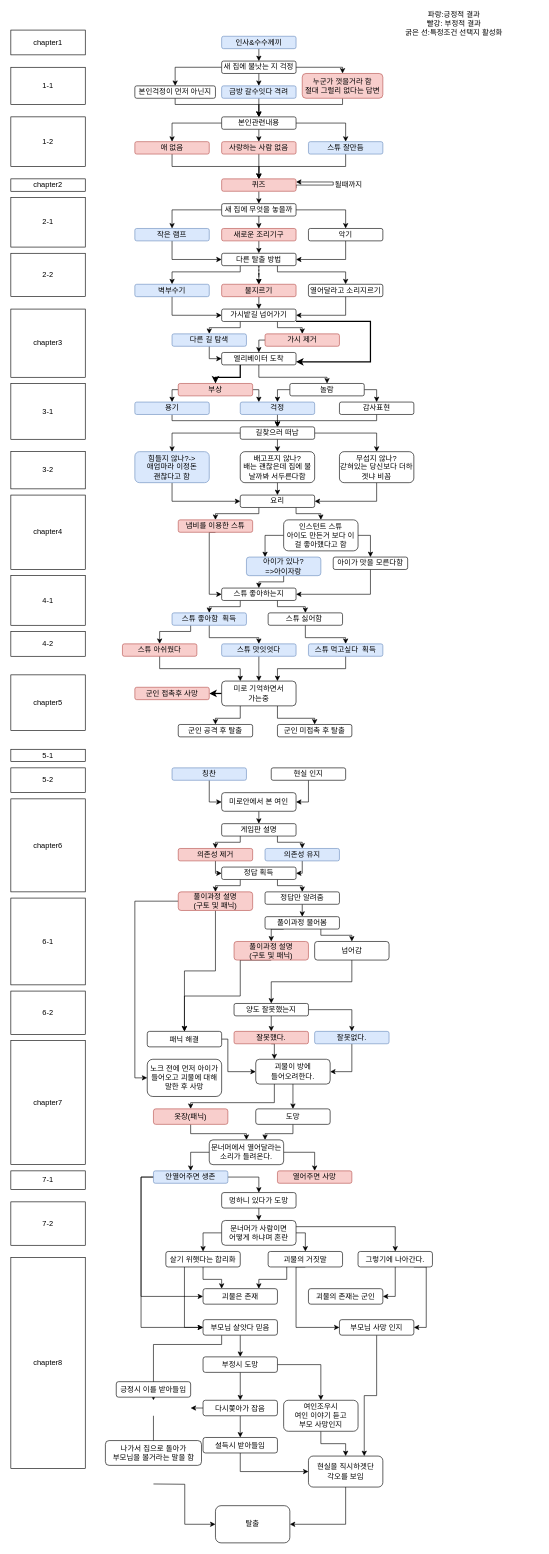
The draw.io diagram woman.drawio in KimSeal/gamemaker, before the edit. Source tidied: cells renumbered, new cells numbered last; positions are measured from the earlier drawing's top-left corner, leaving out a move shared by most shapes. Both pictures are drawn from the tidied source at 62%, with x=0, y=0 at pixel (11, 17).
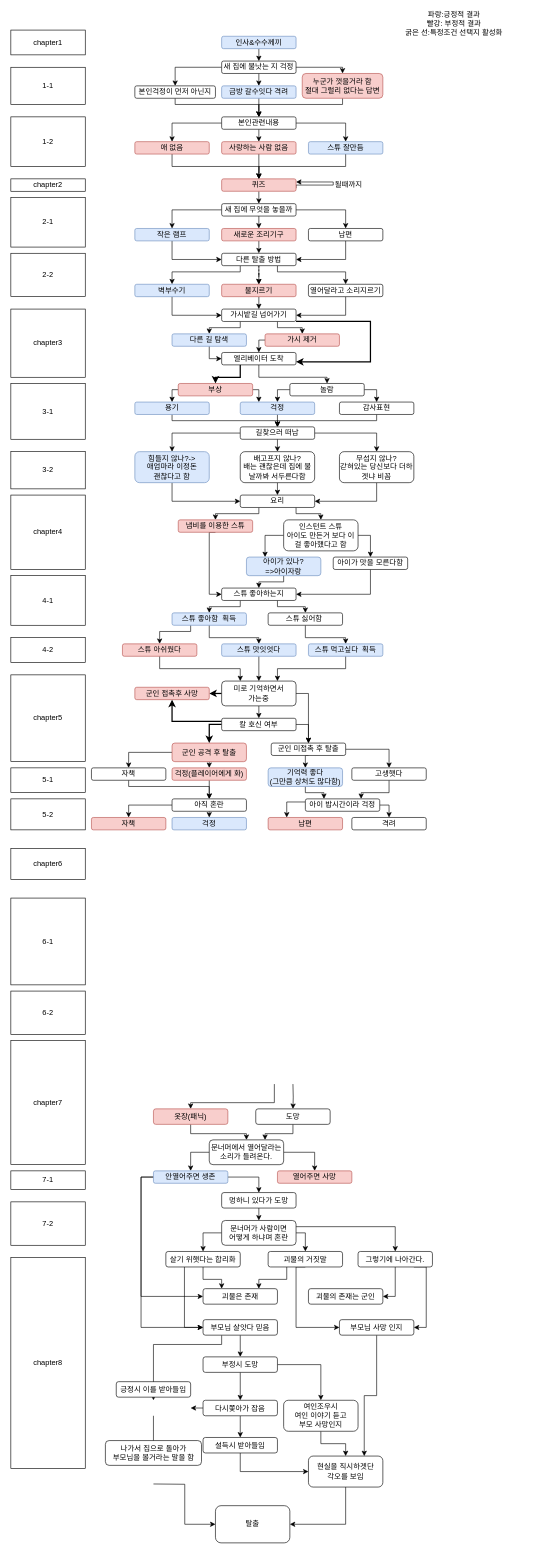
After the change.

The change refers to these unchanged cells:
```xml
<mxCell id="74" value="미로 기억하면서 &lt;br&gt;가는중" style="rounded=1;whiteSpace=wrap;html=1;" parent="1" vertex="1">
  <mxGeometry x="340" y="1070" width="120" height="40" as="geometry" />
</mxCell>
<mxCell id="127" value="옷장(패닉)" style="rounded=1;whiteSpace=wrap;html=1;fillColor=#f8cecc;strokeColor=#b85450;" parent="1" vertex="1">
  <mxGeometry x="230" y="1760" width="120" height="25" as="geometry" />
</mxCell>
<mxCell id="129" value="도망" style="rounded=1;whiteSpace=wrap;html=1;" parent="1" vertex="1">
  <mxGeometry x="395" y="1760" width="120" height="25" as="geometry" />
</mxCell>
<mxCell id="229" value="군인 접촉후 사망" style="rounded=1;whiteSpace=wrap;html=1;fillColor=#f8cecc;strokeColor=#b85450;" parent="1" vertex="1">
  <mxGeometry x="200" y="1080" width="120" height="20" as="geometry" />
</mxCell>
```

Diff of the diagram source:
```diff
@@
-    <mxCell id="32" value="악기" style="rounded=1;whiteSpace=wrap;html=1;" parent="1" vertex="1">
+    <mxCell id="32" value="남편" style="rounded=1;whiteSpace=wrap;html=1;" parent="1" vertex="1">
       <mxGeometry x="480" y="340" width="120" height="20" as="geometry" />
     </mxCell>
@@
+    <mxCell id="231" style="edgeStyle=orthogonalEdgeStyle;rounded=0;jettySize=auto;html=1;exitX=0.5;exitY=1;exitDx=0;exitDy=0;entryX=0.5;entryY=0;entryDx=0;entryDy=0;strokeColor=#000000;strokeWidth=1;" parent="1" edge="1" source="74" target="239">
+      <mxGeometry relative="1" as="geometry" />
+    </mxCell>
-    <mxCell id="72" style="edgeStyle=orthogonalEdgeStyle;rounded=0;jettySize=auto;html=1;exitX=0.75;exitY=1;exitDx=0;exitDy=0;entryX=0.5;entryY=0;entryDx=0;entryDy=0;strokeColor=#000000;strokeWidth=1;" parent="1" edge="1" source="74" target="230">
-      <mxGeometry relative="1" as="geometry">
-        <Array as="points">
-          <mxPoint x="430" y="1130" />
-          <mxPoint x="490" y="1130" />
-        </Array>
-      </mxGeometry>
+    <mxCell id="72" style="edgeStyle=orthogonalEdgeStyle;rounded=0;jettySize=auto;html=1;exitX=1;exitY=0.5;exitDx=0;exitDy=0;entryX=0.5;entryY=0;entryDx=0;entryDy=0;strokeColor=#000000;strokeWidth=1;" parent="1" edge="1" source="74" target="230">
+      <mxGeometry relative="1" as="geometry" />
     </mxCell>
-    <mxCell id="73" style="edgeStyle=orthogonalEdgeStyle;rounded=0;jettySize=auto;html=1;exitX=0.25;exitY=1;exitDx=0;exitDy=0;entryX=0.5;entryY=0;entryDx=0;entryDy=0;strokeColor=#000000;strokeWidth=1;" parent="1" edge="1" source="74" target="79">
-      <mxGeometry relative="1" as="geometry" />
-    </mxCell>
@@
     <mxCell id="75" value="chapter5" style="rounded=0;whiteSpace=wrap;html=1;" parent="1" vertex="1">
-      <mxGeometry y="1060" width="120" height="90" as="geometry" />
+      <mxGeometry y="1060" width="120" height="140" as="geometry" />
     </mxCell>
@@
+    <mxCell id="232" style="edgeStyle=orthogonalEdgeStyle;rounded=0;jettySize=auto;html=1;exitX=0.5;exitY=1;exitDx=0;exitDy=0;entryX=0.5;entryY=0;entryDx=0;entryDy=0;strokeColor=#000000;strokeWidth=1;" parent="1" edge="1" source="79" target="245">
+      <mxGeometry relative="1" as="geometry" />
+    </mxCell>
+    <mxCell id="233" style="edgeStyle=orthogonalEdgeStyle;rounded=0;jettySize=auto;html=1;exitX=0;exitY=0.5;exitDx=0;exitDy=0;entryX=0.5;entryY=0;entryDx=0;entryDy=0;strokeColor=#000000;strokeWidth=1;" parent="1" edge="1" source="79" target="247">
+      <mxGeometry relative="1" as="geometry" />
+    </mxCell>
-    <mxCell id="79" value="군인 공격 후 탈출" style="rounded=1;whiteSpace=wrap;html=1;" parent="1" vertex="1">
-      <mxGeometry x="270" y="1140" width="120" height="20" as="geometry" />
+    <mxCell id="79" value="군인 공격 후 탈출" style="rounded=1;whiteSpace=wrap;html=1;fillColor=#f8cecc;strokeColor=#b85450;" parent="1" vertex="1">
+      <mxGeometry x="260" y="1170" width="120" height="30" as="geometry" />
     </mxCell>
-    <mxCell id="80" style="edgeStyle=orthogonalEdgeStyle;rounded=0;jettySize=auto;html=1;exitX=0.5;exitY=1;exitDx=0;exitDy=0;entryX=0;entryY=0.5;entryDx=0;entryDy=0;strokeWidth=1;" parent="1" edge="1" source="81" target="87">
-      <mxGeometry relative="1" as="geometry" />
-    </mxCell>
-    <mxCell id="81" value="칭찬" style="rounded=1;whiteSpace=wrap;html=1;fillColor=#dae8fc;strokeColor=#6c8ebf;" parent="1" vertex="1">
-      <mxGeometry x="260" y="1210" width="120" height="20" as="geometry" />
-    </mxCell>
-    <mxCell id="82" style="edgeStyle=orthogonalEdgeStyle;rounded=0;jettySize=auto;html=1;exitX=0.5;exitY=1;exitDx=0;exitDy=0;entryX=1;entryY=0.5;entryDx=0;entryDy=0;strokeWidth=1;" parent="1" edge="1" source="83" target="87">
-      <mxGeometry relative="1" as="geometry" />
-    </mxCell>
-    <mxCell id="83" value="현실 인지" style="rounded=1;whiteSpace=wrap;html=1;" parent="1" vertex="1">
-      <mxGeometry x="420" y="1210" width="120" height="20" as="geometry" />
-    </mxCell>
-    <mxCell id="84" value="5-1" style="rounded=0;whiteSpace=wrap;html=1;" parent="1" vertex="1">
-      <mxGeometry y="1180" width="120" height="20" as="geometry" />
-    </mxCell>
-    <mxCell id="85" value="5-2" style="rounded=0;whiteSpace=wrap;html=1;" parent="1" vertex="1">
+    <mxCell id="85" value="5-1" style="rounded=0;whiteSpace=wrap;html=1;" parent="1" vertex="1">
       <mxGeometry y="1210" width="120" height="40" as="geometry" />
     </mxCell>
-    <mxCell id="86" style="edgeStyle=orthogonalEdgeStyle;rounded=0;jettySize=auto;html=1;exitX=0.5;exitY=1;exitDx=0;exitDy=0;entryX=0.5;entryY=0;entryDx=0;entryDy=0;strokeWidth=1;" parent="1" edge="1" source="87" target="90">
-      <mxGeometry relative="1" as="geometry" />
-    </mxCell>
-    <mxCell id="87" value="미로안에서 본 여인" style="rounded=1;whiteSpace=wrap;html=1;" parent="1" vertex="1">
-      <mxGeometry x="340" y="1250" width="120" height="30" as="geometry" />
-    </mxCell>
-    <mxCell id="88" style="edgeStyle=orthogonalEdgeStyle;rounded=0;jettySize=auto;html=1;exitX=0.25;exitY=1;exitDx=0;exitDy=0;entryX=0.5;entryY=0;entryDx=0;entryDy=0;strokeWidth=1;" parent="1" edge="1" source="90" target="92">
-      <mxGeometry relative="1" as="geometry">
-        <Array as="points">
-          <mxPoint x="370" y="1330" />
-          <mxPoint x="330" y="1330" />
-        </Array>
-      </mxGeometry>
-    </mxCell>
-    <mxCell id="89" style="edgeStyle=orthogonalEdgeStyle;rounded=0;jettySize=auto;html=1;exitX=0.75;exitY=1;exitDx=0;exitDy=0;entryX=0.5;entryY=0;entryDx=0;entryDy=0;strokeWidth=1;" parent="1" edge="1" source="90" target="94">
-      <mxGeometry relative="1" as="geometry">
-        <Array as="points">
-          <mxPoint x="430" y="1330" />
-          <mxPoint x="470" y="1330" />
-        </Array>
-      </mxGeometry>
-    </mxCell>
-    <mxCell id="90" value="게임판 설명" style="rounded=1;whiteSpace=wrap;html=1;" parent="1" vertex="1">
-      <mxGeometry x="340" y="1300" width="120" height="20" as="geometry" />
-    </mxCell>
-    <mxCell id="91" style="edgeStyle=orthogonalEdgeStyle;rounded=0;jettySize=auto;html=1;exitX=0.5;exitY=1;exitDx=0;exitDy=0;entryX=0;entryY=0.5;entryDx=0;entryDy=0;strokeWidth=1;" parent="1" edge="1" source="92" target="97">
-      <mxGeometry relative="1" as="geometry">
-        <Array as="points">
-          <mxPoint x="330" y="1380" />
-        </Array>
-      </mxGeometry>
-    </mxCell>
-    <mxCell id="92" value="의존성 제거" style="rounded=1;whiteSpace=wrap;html=1;fillColor=#f8cecc;strokeColor=#b85450;" parent="1" vertex="1">
-      <mxGeometry x="270" y="1340" width="120" height="20" as="geometry" />
-    </mxCell>
-    <mxCell id="93" style="edgeStyle=orthogonalEdgeStyle;rounded=0;jettySize=auto;html=1;exitX=0.5;exitY=1;exitDx=0;exitDy=0;entryX=1;entryY=0.5;entryDx=0;entryDy=0;strokeWidth=1;" parent="1" edge="1" source="94" target="97">
-      <mxGeometry relative="1" as="geometry">
-        <Array as="points">
-          <mxPoint x="470" y="1380" />
-        </Array>
-      </mxGeometry>
-    </mxCell>
-    <mxCell id="94" value="의존성 유지" style="rounded=1;whiteSpace=wrap;html=1;fillColor=#dae8fc;strokeColor=#6c8ebf;" parent="1" vertex="1">
-      <mxGeometry x="410" y="1340" width="120" height="20" as="geometry" />
-    </mxCell>
-    <mxCell id="95" style="edgeStyle=orthogonalEdgeStyle;rounded=0;jettySize=auto;html=1;exitX=0.25;exitY=1;exitDx=0;exitDy=0;entryX=0.5;entryY=0;entryDx=0;entryDy=0;strokeWidth=1;" parent="1" edge="1" source="97" target="100">
-      <mxGeometry relative="1" as="geometry">
-        <Array as="points">
-          <mxPoint x="370" y="1400" />
-          <mxPoint x="330" y="1400" />
-        </Array>
-      </mxGeometry>
-    </mxCell>
-    <mxCell id="96" style="edgeStyle=orthogonalEdgeStyle;rounded=0;jettySize=auto;html=1;exitX=0.75;exitY=1;exitDx=0;exitDy=0;entryX=0.5;entryY=0;entryDx=0;entryDy=0;strokeWidth=1;" parent="1" edge="1" source="97" target="102">
-      <mxGeometry relative="1" as="geometry">
-        <Array as="points">
-          <mxPoint x="430" y="1400" />
-          <mxPoint x="470" y="1400" />
-        </Array>
-      </mxGeometry>
-    </mxCell>
-    <mxCell id="97" value="정답 획득" style="rounded=1;whiteSpace=wrap;html=1;" parent="1" vertex="1">
-      <mxGeometry x="340" y="1370" width="120" height="20" as="geometry" />
-    </mxCell>
-    <mxCell id="98" style="edgeStyle=orthogonalEdgeStyle;rounded=0;jettySize=auto;html=1;exitX=0.5;exitY=1;exitDx=0;exitDy=0;entryX=0.5;entryY=0;entryDx=0;entryDy=0;strokeWidth=1;" parent="1" edge="1" source="100" target="105">
-      <mxGeometry relative="1" as="geometry" />
-    </mxCell>
-    <mxCell id="99" style="edgeStyle=orthogonalEdgeStyle;rounded=0;jettySize=auto;html=1;exitX=0;exitY=0.5;exitDx=0;exitDy=0;entryX=0;entryY=0.5;entryDx=0;entryDy=0;strokeWidth=1;" parent="1" edge="1" source="100" target="122">
-      <mxGeometry relative="1" as="geometry" />
-    </mxCell>
-    <mxCell id="100" value="풀이과정 설명&lt;br&gt;(구토 및 패닉)" style="rounded=1;whiteSpace=wrap;html=1;fillColor=#f8cecc;strokeColor=#b85450;" parent="1" vertex="1">
-      <mxGeometry x="270" y="1410" width="120" height="30" as="geometry" />
-    </mxCell>
-    <mxCell id="101" style="edgeStyle=orthogonalEdgeStyle;rounded=0;jettySize=auto;html=1;exitX=0.5;exitY=1;exitDx=0;exitDy=0;entryX=0.5;entryY=0;entryDx=0;entryDy=0;strokeWidth=1;" parent="1" edge="1" source="102" target="108">
-      <mxGeometry relative="1" as="geometry" />
-    </mxCell>
-    <mxCell id="102" value="정답만 알려줌" style="rounded=1;whiteSpace=wrap;html=1;" parent="1" vertex="1">
-      <mxGeometry x="410" y="1410" width="120" height="20" as="geometry" />
-    </mxCell>
     <mxCell id="103" value="chapter6" style="rounded=0;whiteSpace=wrap;html=1;" parent="1" vertex="1">
-      <mxGeometry y="1260" width="120" height="150" as="geometry" />
+      <mxGeometry y="1340" width="120" height="50" as="geometry" />
     </mxCell>
-    <mxCell id="104" style="edgeStyle=orthogonalEdgeStyle;rounded=0;jettySize=auto;html=1;exitX=1;exitY=0.5;exitDx=0;exitDy=0;entryX=0;entryY=0.5;entryDx=0;entryDy=0;strokeWidth=1;" parent="1" edge="1" source="105" target="125">
-      <mxGeometry relative="1" as="geometry">
-        <Array as="points">
-          <mxPoint x="350" y="1648" />
-          <mxPoint x="350" y="1700" />
-        </Array>
-      </mxGeometry>
-    </mxCell>
-    <mxCell id="105" value="패닉 해결" style="rounded=1;whiteSpace=wrap;html=1;" parent="1" vertex="1">
-      <mxGeometry x="220" y="1635" width="120" height="25" as="geometry" />
-    </mxCell>
-    <mxCell id="106" style="edgeStyle=orthogonalEdgeStyle;rounded=0;jettySize=auto;html=1;exitX=0.25;exitY=1;exitDx=0;exitDy=0;entryX=0.5;entryY=0;entryDx=0;entryDy=0;strokeWidth=1;" parent="1" edge="1" source="108" target="110">
-      <mxGeometry relative="1" as="geometry" />
-    </mxCell>
-    <mxCell id="107" style="edgeStyle=orthogonalEdgeStyle;rounded=0;jettySize=auto;html=1;exitX=0.75;exitY=1;exitDx=0;exitDy=0;entryX=0.5;entryY=0;entryDx=0;entryDy=0;strokeWidth=1;" parent="1" edge="1" source="108" target="112">
-      <mxGeometry relative="1" as="geometry">
-        <Array as="points">
-          <mxPoint x="500" y="1480" />
-          <mxPoint x="550" y="1480" />
-        </Array>
-      </mxGeometry>
-    </mxCell>
-    <mxCell id="108" value="풀이과정 물어봄" style="rounded=1;whiteSpace=wrap;html=1;" parent="1" vertex="1">
-      <mxGeometry x="410" y="1450" width="120" height="20" as="geometry" />
-    </mxCell>
-    <mxCell id="109" style="edgeStyle=orthogonalEdgeStyle;rounded=0;jettySize=auto;html=1;exitX=0.5;exitY=1;exitDx=0;exitDy=0;entryX=0.5;entryY=0;entryDx=0;entryDy=0;strokeWidth=1;" parent="1" edge="1" source="110" target="105">
-      <mxGeometry relative="1" as="geometry">
-        <Array as="points">
-          <mxPoint x="370" y="1520" />
-          <mxPoint x="370" y="1578" />
-          <mxPoint x="280" y="1578" />
-        </Array>
-      </mxGeometry>
-    </mxCell>
-    <mxCell id="110" value="풀이과정 설명&lt;br&gt;(구토 및 패닉)" style="rounded=1;whiteSpace=wrap;html=1;fillColor=#f8cecc;strokeColor=#b85450;" parent="1" vertex="1">
-      <mxGeometry x="360" y="1490" width="120" height="30" as="geometry" />
-    </mxCell>
-    <mxCell id="111" style="edgeStyle=orthogonalEdgeStyle;rounded=0;jettySize=auto;html=1;exitX=0.5;exitY=1;exitDx=0;exitDy=0;entryX=0.5;entryY=0;entryDx=0;entryDy=0;strokeWidth=1;" parent="1" edge="1" source="112" target="117">
-      <mxGeometry relative="1" as="geometry" />
-    </mxCell>
-    <mxCell id="112" value="넘어감" style="rounded=1;whiteSpace=wrap;html=1;" parent="1" vertex="1">
-      <mxGeometry x="490" y="1490" width="120" height="30" as="geometry" />
-    </mxCell>
@@
-    <mxCell id="115" style="edgeStyle=orthogonalEdgeStyle;rounded=0;jettySize=auto;html=1;exitX=0.5;exitY=1;exitDx=0;exitDy=0;entryX=0.5;entryY=0;entryDx=0;entryDy=0;strokeWidth=1;" parent="1" edge="1" source="117" target="119">
-      <mxGeometry relative="1" as="geometry" />
-    </mxCell>
-    <mxCell id="116" style="edgeStyle=orthogonalEdgeStyle;rounded=0;jettySize=auto;html=1;exitX=1;exitY=0.5;exitDx=0;exitDy=0;entryX=0.5;entryY=0;entryDx=0;entryDy=0;strokeWidth=1;" parent="1" edge="1" source="117" target="121">
-      <mxGeometry relative="1" as="geometry" />
-    </mxCell>
-    <mxCell id="117" value="양도 잘못했는지" style="rounded=1;whiteSpace=wrap;html=1;" parent="1" vertex="1">
-      <mxGeometry x="360" y="1590" width="120" height="20" as="geometry" />
-    </mxCell>
-    <mxCell id="118" style="edgeStyle=orthogonalEdgeStyle;rounded=0;jettySize=auto;html=1;exitX=0.5;exitY=1;exitDx=0;exitDy=0;entryX=0.25;entryY=0;entryDx=0;entryDy=0;strokeWidth=1;" parent="1" edge="1" source="119" target="125">
-      <mxGeometry relative="1" as="geometry" />
-    </mxCell>
-    <mxCell id="119" value="잘못했다." style="rounded=1;whiteSpace=wrap;html=1;fillColor=#f8cecc;strokeColor=#b85450;" parent="1" vertex="1">
-      <mxGeometry x="360" y="1635" width="120" height="20" as="geometry" />
-    </mxCell>
-    <mxCell id="120" style="edgeStyle=orthogonalEdgeStyle;rounded=0;jettySize=auto;html=1;exitX=0.5;exitY=1;exitDx=0;exitDy=0;entryX=1;entryY=0.5;entryDx=0;entryDy=0;strokeWidth=1;" parent="1" edge="1" source="121" target="125">
-      <mxGeometry relative="1" as="geometry" />
-    </mxCell>
-    <mxCell id="121" value="잘못없다." style="rounded=1;whiteSpace=wrap;html=1;fillColor=#dae8fc;strokeColor=#6c8ebf;" parent="1" vertex="1">
-      <mxGeometry x="490" y="1635" width="120" height="20" as="geometry" />
-    </mxCell>
-    <mxCell id="122" value="노크 전에 먼저 아이가 들어오고 괴물에 대해 말한 후 사망" style="rounded=1;whiteSpace=wrap;html=1;" parent="1" vertex="1">
-      <mxGeometry x="220" y="1680" width="120" height="60" as="geometry" />
-    </mxCell>
-    <mxCell id="123" style="edgeStyle=orthogonalEdgeStyle;rounded=0;jettySize=auto;html=1;exitX=0.25;exitY=1;exitDx=0;exitDy=0;entryX=0.5;entryY=0;entryDx=0;entryDy=0;strokeWidth=1;" parent="1" edge="1" source="125" target="127">
+    <mxCell id="123" style="edgeStyle=orthogonalEdgeStyle;rounded=0;jettySize=auto;html=1;exitX=0.25;exitY=1;exitDx=0;exitDy=0;entryX=0.5;entryY=0;entryDx=0;entryDy=0;strokeWidth=1;" parent="1" edge="1" target="127">
       <mxGeometry relative="1" as="geometry">
+        <mxPoint x="425" y="1720" as="sourcePoint" />
         <Array as="points">
           <mxPoint x="425" y="1750" />
           <mxPoint x="290" y="1750" />
         </Array>
       </mxGeometry>
     </mxCell>
-    <mxCell id="124" style="edgeStyle=orthogonalEdgeStyle;rounded=0;jettySize=auto;html=1;exitX=0.5;exitY=1;exitDx=0;exitDy=0;entryX=0.5;entryY=0;entryDx=0;entryDy=0;strokeWidth=1;" parent="1" edge="1" source="125" target="129">
-      <mxGeometry relative="1" as="geometry" />
+    <mxCell id="124" style="edgeStyle=orthogonalEdgeStyle;rounded=0;jettySize=auto;html=1;exitX=0.5;exitY=1;exitDx=0;exitDy=0;entryX=0.5;entryY=0;entryDx=0;entryDy=0;strokeWidth=1;" parent="1" edge="1" target="129">
+      <mxGeometry relative="1" as="geometry">
+        <mxPoint x="455" y="1720" as="sourcePoint" />
+      </mxGeometry>
     </mxCell>
-    <mxCell id="125" value="괴물이 방에 &lt;br&gt;들어오려한다." style="rounded=1;whiteSpace=wrap;html=1;" parent="1" vertex="1">
-      <mxGeometry x="395" y="1680" width="120" height="40" as="geometry" />
-    </mxCell>
@@
     <mxCell id="227" value="4-2" style="rounded=0;whiteSpace=wrap;html=1;" parent="1" vertex="1">
-      <mxGeometry y="990" width="120" height="40" as="geometry" />
+      <mxGeometry y="1000" width="120" height="40" as="geometry" />
     </mxCell>
@@
+    <mxCell id="234" style="edgeStyle=orthogonalEdgeStyle;rounded=0;jettySize=auto;html=1;exitX=0.5;exitY=1;exitDx=0;exitDy=0;entryX=0.5;entryY=0;entryDx=0;entryDy=0;strokeColor=#000000;strokeWidth=1;" parent="1" edge="1" source="230" target="243">
+      <mxGeometry relative="1" as="geometry" />
+    </mxCell>
+    <mxCell id="235" style="edgeStyle=orthogonalEdgeStyle;rounded=0;jettySize=auto;html=1;exitX=1;exitY=0.5;exitDx=0;exitDy=0;entryX=0.5;entryY=0;entryDx=0;entryDy=0;strokeColor=#000000;strokeWidth=1;" parent="1" edge="1" source="230" target="241">
+      <mxGeometry relative="1" as="geometry" />
+    </mxCell>
     <mxCell id="230" value="군인 미접촉 후 탈출" style="rounded=1;whiteSpace=wrap;html=1;" parent="1" vertex="1">
-      <mxGeometry x="430" y="1140" width="120" height="20" as="geometry" />
+      <mxGeometry x="420" y="1170" width="120" height="20" as="geometry" />
     </mxCell>
+    <mxCell id="236" style="edgeStyle=orthogonalEdgeStyle;rounded=0;jettySize=auto;html=1;exitX=0;exitY=0.5;exitDx=0;exitDy=0;entryX=0.5;entryY=0;entryDx=0;entryDy=0;strokeColor=#000000;strokeWidth=2;" parent="1" edge="1" source="239" target="79">
+      <mxGeometry relative="1" as="geometry" />
+    </mxCell>
+    <mxCell id="237" style="edgeStyle=orthogonalEdgeStyle;rounded=0;jettySize=auto;html=1;exitX=1;exitY=0.5;exitDx=0;exitDy=0;entryX=0.5;entryY=0;entryDx=0;entryDy=0;strokeColor=#000000;strokeWidth=1;" parent="1" edge="1" source="239" target="230">
+      <mxGeometry relative="1" as="geometry" />
+    </mxCell>
+    <mxCell id="238" style="edgeStyle=orthogonalEdgeStyle;rounded=0;jettySize=auto;html=1;exitX=0;exitY=0.25;exitDx=0;exitDy=0;entryX=0.5;entryY=1;entryDx=0;entryDy=0;strokeColor=#000000;strokeWidth=2;" parent="1" edge="1" source="239" target="229">
+      <mxGeometry relative="1" as="geometry" />
+    </mxCell>
+    <mxCell id="239" value="칼 호신 여부" style="rounded=1;whiteSpace=wrap;html=1;" parent="1" vertex="1">
+      <mxGeometry x="340" y="1130" width="120" height="20" as="geometry" />
+    </mxCell>
+    <mxCell id="240" style="edgeStyle=orthogonalEdgeStyle;rounded=0;jettySize=auto;html=1;exitX=0.5;exitY=1;exitDx=0;exitDy=0;entryX=0.75;entryY=0;entryDx=0;entryDy=0;strokeColor=#000000;strokeWidth=1;" parent="1" edge="1" source="241" target="255">
+      <mxGeometry relative="1" as="geometry" />
+    </mxCell>
+    <mxCell id="241" value="고생햇다" style="rounded=1;whiteSpace=wrap;html=1;" parent="1" vertex="1">
+      <mxGeometry x="550" y="1210" width="120" height="20" as="geometry" />
+    </mxCell>
+    <mxCell id="242" style="edgeStyle=orthogonalEdgeStyle;rounded=0;jettySize=auto;html=1;exitX=0.5;exitY=1;exitDx=0;exitDy=0;entryX=0.25;entryY=0;entryDx=0;entryDy=0;strokeColor=#000000;strokeWidth=1;" parent="1" edge="1" source="243" target="255">
+      <mxGeometry relative="1" as="geometry">
+        <Array as="points">
+          <mxPoint x="475" y="1250" />
+          <mxPoint x="505" y="1250" />
+        </Array>
+      </mxGeometry>
+    </mxCell>
+    <mxCell id="243" value="기억력 좋다&lt;br&gt;(그만큼 상처도 많다함)" style="rounded=1;whiteSpace=wrap;html=1;fillColor=#dae8fc;strokeColor=#6c8ebf;" parent="1" vertex="1">
+      <mxGeometry x="415" y="1210" width="120" height="30" as="geometry" />
+    </mxCell>
+    <mxCell id="244" style="edgeStyle=orthogonalEdgeStyle;rounded=0;jettySize=auto;html=1;exitX=0.5;exitY=1;exitDx=0;exitDy=0;entryX=0.5;entryY=0;entryDx=0;entryDy=0;strokeColor=#000000;strokeWidth=1;" parent="1" edge="1" source="245" target="250">
+      <mxGeometry relative="1" as="geometry" />
+    </mxCell>
+    <mxCell id="245" value="걱정(플레이어에게 화)" style="rounded=1;whiteSpace=wrap;html=1;fillColor=#f8cecc;strokeColor=#b85450;" parent="1" vertex="1">
+      <mxGeometry x="260" y="1210" width="120" height="20" as="geometry" />
+    </mxCell>
+    <mxCell id="246" style="edgeStyle=orthogonalEdgeStyle;rounded=0;jettySize=auto;html=1;exitX=0.5;exitY=1;exitDx=0;exitDy=0;entryX=0.5;entryY=0;entryDx=0;entryDy=0;strokeColor=#000000;strokeWidth=1;" parent="1" edge="1" source="247" target="250">
+      <mxGeometry relative="1" as="geometry">
+        <Array as="points">
+          <mxPoint x="190" y="1240" />
+          <mxPoint x="320" y="1240" />
+        </Array>
+      </mxGeometry>
+    </mxCell>
+    <mxCell id="247" value="자책" style="rounded=1;whiteSpace=wrap;html=1;" parent="1" vertex="1">
+      <mxGeometry x="130" y="1210" width="120" height="20" as="geometry" />
+    </mxCell>
+    <mxCell id="248" style="edgeStyle=orthogonalEdgeStyle;rounded=0;jettySize=auto;html=1;exitX=0;exitY=0.5;exitDx=0;exitDy=0;entryX=0.5;entryY=0;entryDx=0;entryDy=0;strokeColor=#000000;strokeWidth=1;" parent="1" edge="1" source="250" target="252">
+      <mxGeometry relative="1" as="geometry" />
+    </mxCell>
+    <mxCell id="249" style="edgeStyle=orthogonalEdgeStyle;rounded=0;jettySize=auto;html=1;exitX=0.5;exitY=1;exitDx=0;exitDy=0;entryX=0.5;entryY=0;entryDx=0;entryDy=0;strokeColor=#000000;strokeWidth=1;" parent="1" edge="1" source="250" target="251">
+      <mxGeometry relative="1" as="geometry" />
+    </mxCell>
+    <mxCell id="250" value="아직 혼란" style="rounded=1;whiteSpace=wrap;html=1;" parent="1" vertex="1">
+      <mxGeometry x="260" y="1260" width="120" height="20" as="geometry" />
+    </mxCell>
+    <mxCell id="251" value="걱정" style="rounded=1;whiteSpace=wrap;html=1;fillColor=#dae8fc;strokeColor=#6c8ebf;" parent="1" vertex="1">
+      <mxGeometry x="260" y="1290" width="120" height="20" as="geometry" />
+    </mxCell>
+    <mxCell id="252" value="자책" style="rounded=1;whiteSpace=wrap;html=1;fillColor=#f8cecc;strokeColor=#b85450;" parent="1" vertex="1">
+      <mxGeometry x="130" y="1290" width="120" height="20" as="geometry" />
+    </mxCell>
+    <mxCell id="253" style="edgeStyle=orthogonalEdgeStyle;rounded=0;jettySize=auto;html=1;exitX=1;exitY=0.5;exitDx=0;exitDy=0;entryX=0.5;entryY=0;entryDx=0;entryDy=0;strokeColor=#000000;strokeWidth=1;" parent="1" edge="1" source="255" target="257">
+      <mxGeometry relative="1" as="geometry" />
+    </mxCell>
+    <mxCell id="254" style="edgeStyle=orthogonalEdgeStyle;rounded=0;jettySize=auto;html=1;exitX=0;exitY=0.25;exitDx=0;exitDy=0;entryX=0.25;entryY=0;entryDx=0;entryDy=0;strokeColor=#000000;strokeWidth=1;" parent="1" edge="1" source="255" target="256">
+      <mxGeometry relative="1" as="geometry" />
+    </mxCell>
+    <mxCell id="255" value="아이 밥시간이라 걱정" style="rounded=1;whiteSpace=wrap;html=1;" parent="1" vertex="1">
+      <mxGeometry x="475" y="1260" width="120" height="20" as="geometry" />
+    </mxCell>
+    <mxCell id="256" value="남편" style="rounded=1;whiteSpace=wrap;html=1;fillColor=#f8cecc;strokeColor=#b85450;" parent="1" vertex="1">
+      <mxGeometry x="415" y="1290" width="120" height="20" as="geometry" />
+    </mxCell>
+    <mxCell id="257" value="격려" style="rounded=1;whiteSpace=wrap;html=1;" parent="1" vertex="1">
+      <mxGeometry x="550" y="1290" width="120" height="20" as="geometry" />
+    </mxCell>
+    <mxCell id="258" value="5-2" style="rounded=0;whiteSpace=wrap;html=1;" parent="1" vertex="1">
+      <mxGeometry y="1260" width="120" height="50" as="geometry" />
+    </mxCell>
```
